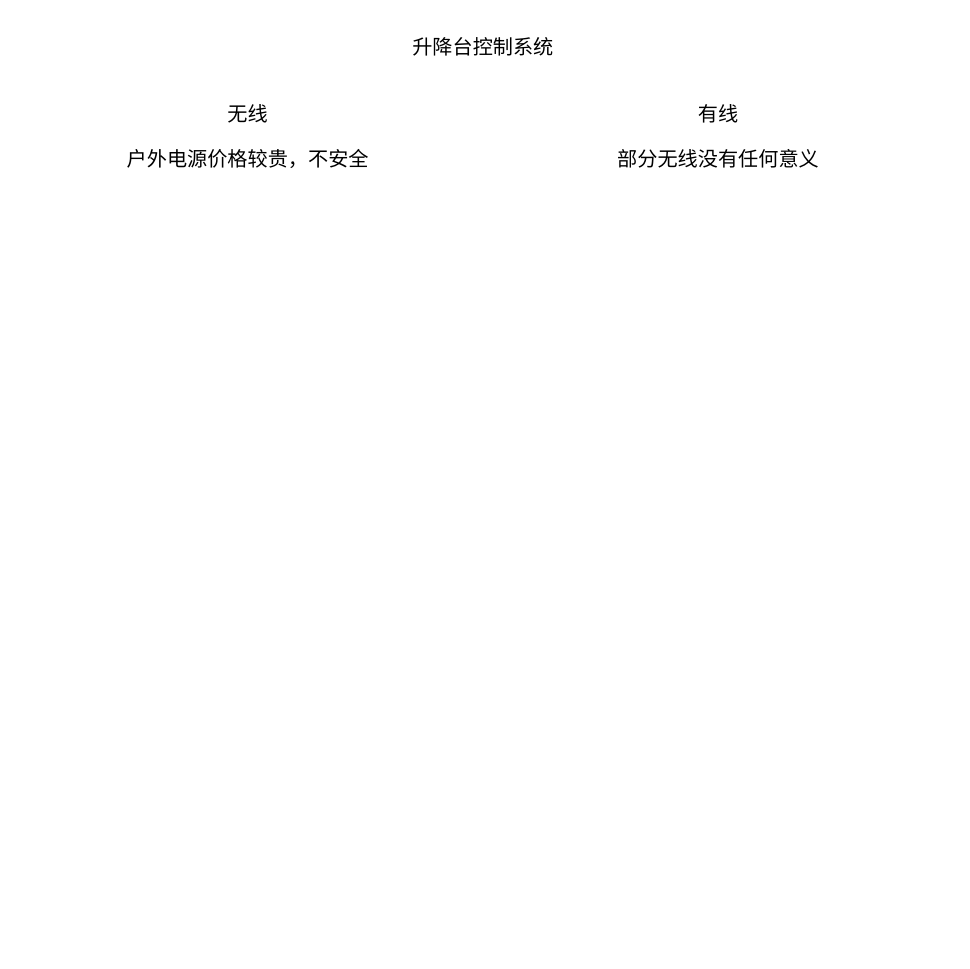
wxydejoy/pan keeps this draw.io diagram as Untitled Diagram.drawio. Above is the earlier version. Source tidied: cells renumbered, new cells numbered last; positions are measured from the earlier drawing's top-left corner, leaving out a move shared by most shapes. Both pictures are drawn from the tidied source at 112%, with x=0, y=0 at pixel (108, 19).
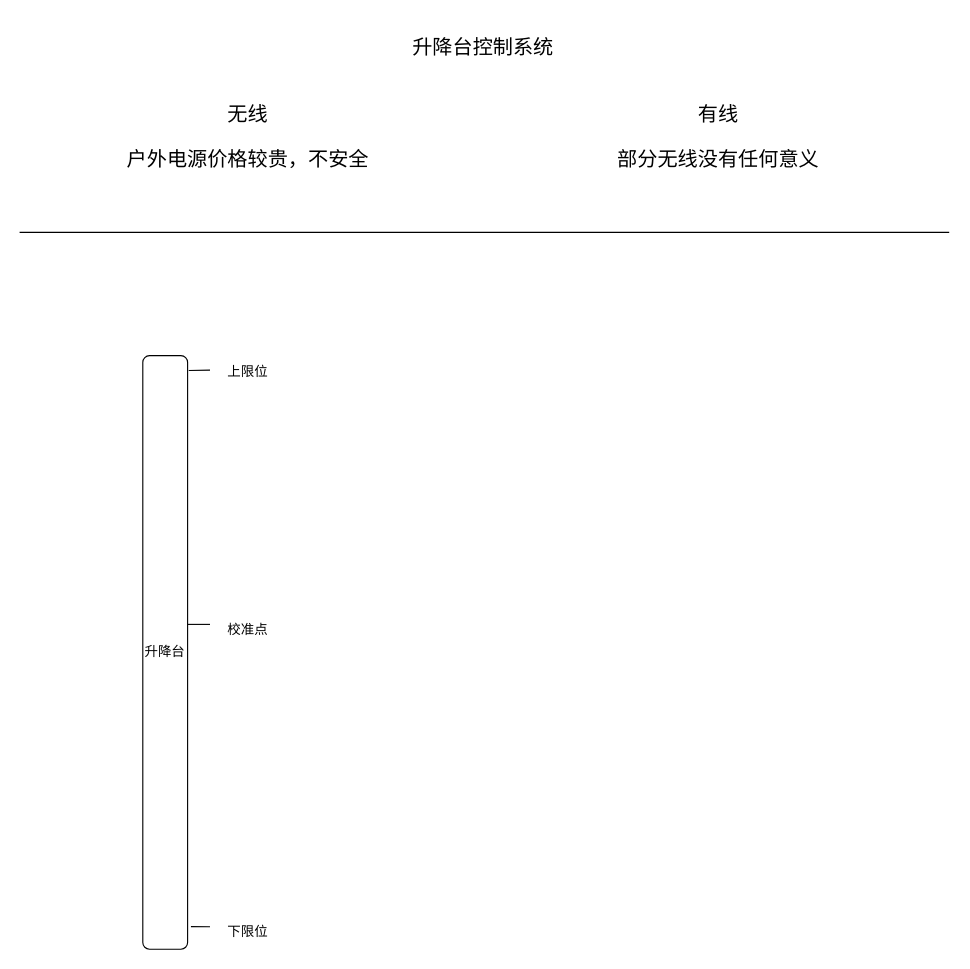
Above is the later version.

Change to the diagram source:
```diff
@@
 <mxGraphModel>
   <root>
     <mxCell id="0" />
     <mxCell id="1" parent="0" />
     <mxCell id="2" value="&lt;font style=&quot;font-size: 18px;&quot;&gt;升降台控制系统&lt;/font&gt;" style="text;html=1;strokeColor=none;fillColor=none;align=center;verticalAlign=middle;whiteSpace=wrap;rounded=0;" parent="1" vertex="1">
       <mxGeometry x="230" width="210" height="50" as="geometry" />
     </mxCell>
     <mxCell id="3" value="&lt;font style=&quot;font-size: 18px;&quot;&gt;无线&lt;/font&gt;" style="text;html=1;strokeColor=none;fillColor=none;align=center;verticalAlign=middle;whiteSpace=wrap;rounded=0;" parent="1" vertex="1">
       <mxGeometry x="20" y="60" width="210" height="50" as="geometry" />
     </mxCell>
     <mxCell id="4" value="&lt;font style=&quot;font-size: 18px;&quot;&gt;有线&lt;br&gt;&lt;/font&gt;" style="text;html=1;strokeColor=none;fillColor=none;align=center;verticalAlign=middle;whiteSpace=wrap;rounded=0;" parent="1" vertex="1">
       <mxGeometry x="440" y="60" width="210" height="50" as="geometry" />
     </mxCell>
     <mxCell id="5" value="户外电源价格较贵，不安全" style="text;html=1;strokeColor=none;fillColor=none;align=center;verticalAlign=middle;whiteSpace=wrap;rounded=0;fontSize=18;" parent="1" vertex="1">
       <mxGeometry y="110" width="250" height="30" as="geometry" />
     </mxCell>
     <mxCell id="6" value="部分无线没有任何意义" style="text;html=1;strokeColor=none;fillColor=none;align=center;verticalAlign=middle;whiteSpace=wrap;rounded=0;fontSize=18;" parent="1" vertex="1">
       <mxGeometry x="420" y="110" width="250" height="30" as="geometry" />
     </mxCell>
+    <mxCell id="7" style="endArrow=none;html=1;rounded=0;" parent="1" edge="1">
+      <mxGeometry relative="1" as="geometry">
+        <mxPoint x="-79" y="190" as="sourcePoint" />
+        <mxPoint x="751" y="190" as="targetPoint" />
+      </mxGeometry>
+    </mxCell>
+    <mxCell id="8" value="升降台" style="rounded=1;whiteSpace=wrap;html=1;" parent="1" vertex="1">
+      <mxGeometry x="31" y="300" width="40" height="530" as="geometry" />
+    </mxCell>
+    <mxCell id="9" style="endArrow=none;html=1;rounded=0;fontFamily=Helvetica;exitX=1.025;exitY=0.025;exitDx=0;exitDy=0;exitPerimeter=0;" parent="1" edge="1" source="8">
+      <mxGeometry relative="1" as="geometry">
+        <mxPoint x="91" y="313" as="targetPoint" />
+      </mxGeometry>
+    </mxCell>
+    <mxCell id="10" style="endArrow=none;html=1;rounded=0;fontFamily=Helvetica;exitX=1.075;exitY=0.962;exitDx=0;exitDy=0;exitPerimeter=0;" parent="1" edge="1" source="8">
+      <mxGeometry relative="1" as="geometry">
+        <mxPoint x="91" y="810" as="targetPoint" />
+      </mxGeometry>
+    </mxCell>
+    <mxCell id="11" value="上限位&lt;br&gt;" style="text;html=1;strokeColor=none;fillColor=none;align=center;verticalAlign=middle;whiteSpace=wrap;rounded=0;fontFamily=Helvetica;" parent="1" vertex="1">
+      <mxGeometry x="95" y="300" width="60" height="30" as="geometry" />
+    </mxCell>
+    <mxCell id="12" value="下限位&lt;br&gt;" style="text;html=1;strokeColor=none;fillColor=none;align=center;verticalAlign=middle;whiteSpace=wrap;rounded=0;fontFamily=Helvetica;" parent="1" vertex="1">
+      <mxGeometry x="95" y="800" width="60" height="30" as="geometry" />
+    </mxCell>
+    <mxCell id="13" style="endArrow=none;html=1;rounded=0;fontFamily=Helvetica;" parent="1" edge="1">
+      <mxGeometry relative="1" as="geometry">
+        <mxPoint x="71" y="540" as="sourcePoint" />
+        <mxPoint x="91" y="540" as="targetPoint" />
+      </mxGeometry>
+    </mxCell>
+    <mxCell id="14" value="校准点" style="text;html=1;strokeColor=none;fillColor=none;align=center;verticalAlign=middle;whiteSpace=wrap;rounded=0;fontFamily=Helvetica;" parent="1" vertex="1">
+      <mxGeometry x="95" y="530" width="60" height="30" as="geometry" />
+    </mxCell>
   </root>
 </mxGraphModel>
```
